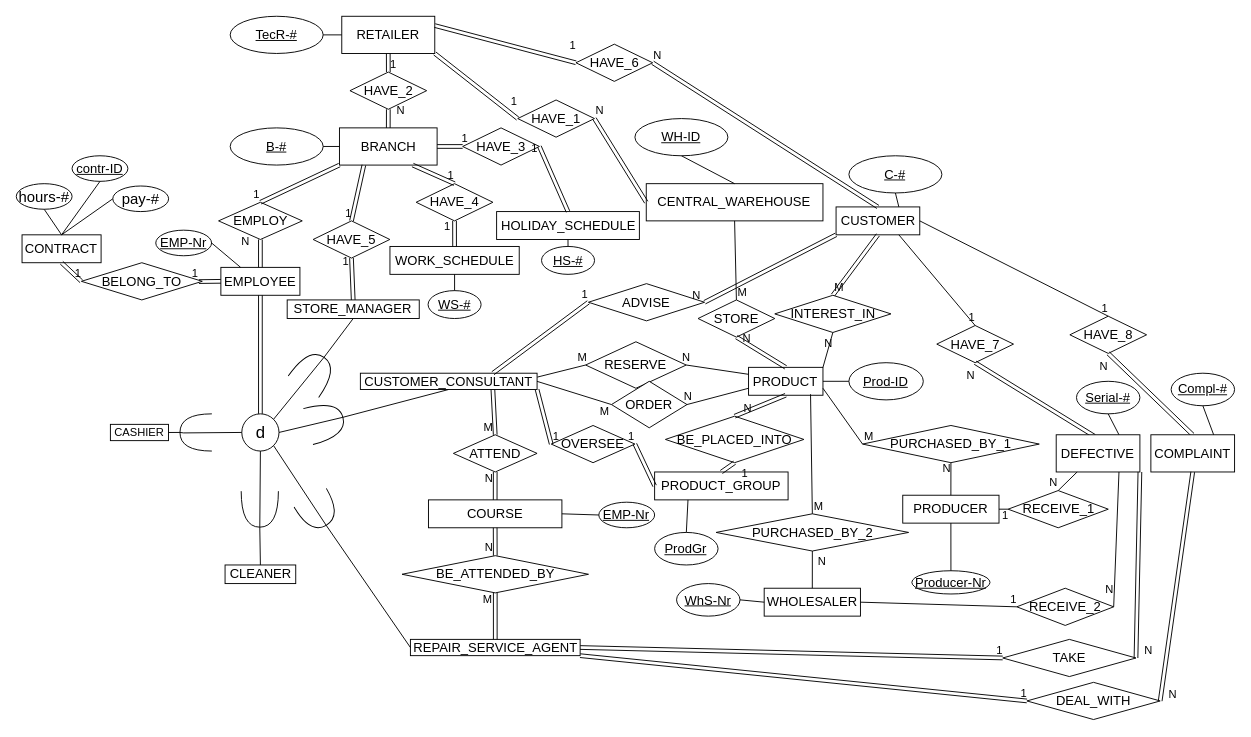
The draw.io diagram eerdretailer.drawio in quangmnh/drawio, before the edit. Source tidied: cells renumbered, new cells numbered last; positions are measured from the earlier drawing's top-left corner, leaving out a move shared by most shapes. Both pictures are drawn from the tidied source at 93%, with x=0, y=0 at pixel (16, 16).
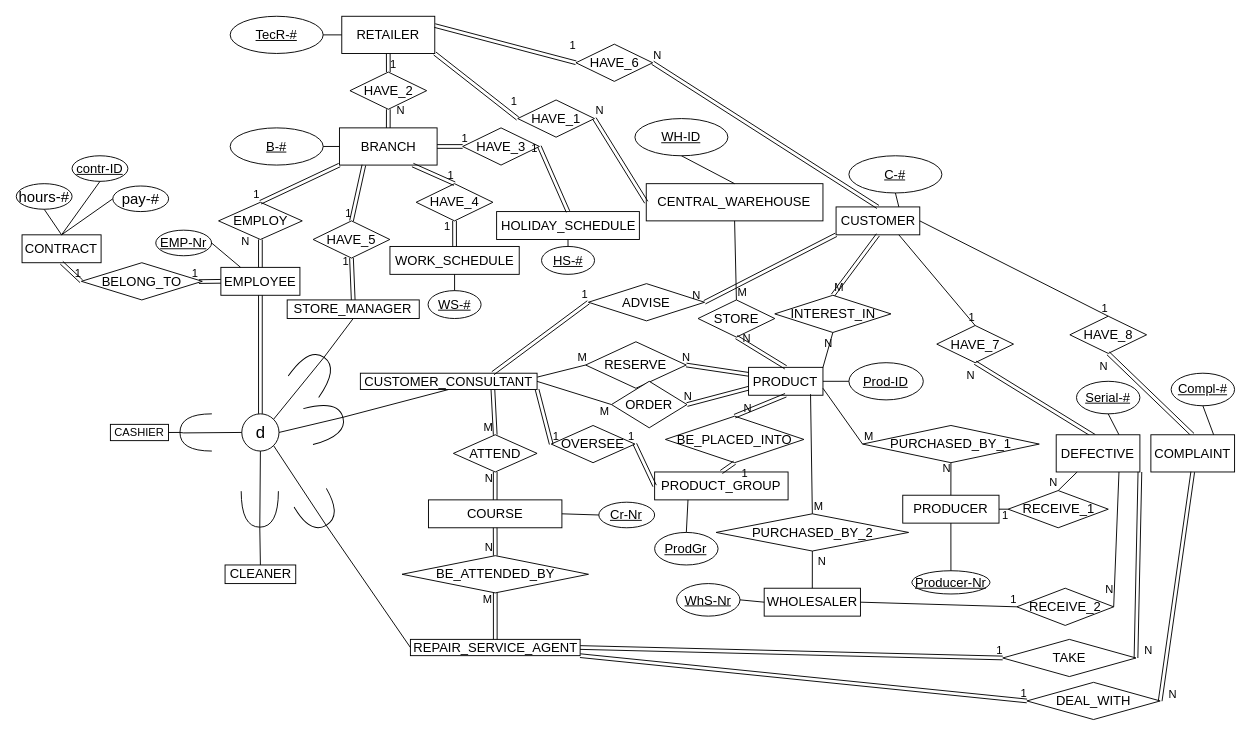
The same diagram, later.

Unchanged cells that the change refers to:
```xml
<mxCell id="21" value="&lt;font style=&quot;font-size: 14px&quot;&gt;PRODUCT&lt;/font&gt;" style="whiteSpace=wrap;html=1;align=center;" parent="1" vertex="1">
  <mxGeometry x="787.4" y="377.5" width="80" height="30" as="geometry" />
</mxCell>
<mxCell id="134" value="&lt;font style=&quot;font-size: 14px&quot;&gt;RESERVE&lt;/font&gt;" style="shape=rhombus;perimeter=rhombusPerimeter;whiteSpace=wrap;html=1;align=center;" parent="1" vertex="1">
  <mxGeometry x="612.2" y="350" width="108.2" height="50" as="geometry" />
</mxCell>
<mxCell id="139" value="&lt;font style=&quot;font-size: 14px&quot;&gt;ORDER&lt;/font&gt;" style="shape=rhombus;perimeter=rhombusPerimeter;whiteSpace=wrap;html=1;align=center;" parent="1" vertex="1">
  <mxGeometry x="640" y="392.5" width="81.2" height="50" as="geometry" />
</mxCell>
```

Change to the diagram source:
```diff
@@
-    <mxCell id="135" style="endArrow=none;html=1;rounded=0;exitX=0;exitY=0.25;exitDx=0;exitDy=0;entryX=1;entryY=0.5;entryDx=0;entryDy=0;" parent="1" edge="1" source="21" target="134">
+    <mxCell id="135" style="endArrow=none;html=1;rounded=0;exitX=0;exitY=0.25;exitDx=0;exitDy=0;entryX=1;entryY=0.5;entryDx=0;entryDy=0;shape=link;" parent="1" edge="1" source="21" target="134">
       <mxGeometry relative="1" as="geometry" />
     </mxCell>
@@
-    <mxCell id="140" style="endArrow=none;html=1;rounded=0;exitX=0;exitY=0.75;exitDx=0;exitDy=0;entryX=1;entryY=0.5;entryDx=0;entryDy=0;" parent="1" edge="1" source="21" target="139">
+    <mxCell id="140" style="endArrow=none;html=1;rounded=0;exitX=0;exitY=0.75;exitDx=0;exitDy=0;entryX=1;entryY=0.5;entryDx=0;entryDy=0;shape=link;" parent="1" edge="1" source="21" target="139">
       <mxGeometry relative="1" as="geometry" />
     </mxCell>
@@
-    <mxCell id="186" value="&lt;span style=&quot;font-size: 14px&quot;&gt;EMP-Nr&lt;/span&gt;" style="ellipse;whiteSpace=wrap;html=1;align=center;fontStyle=4;" parent="1" vertex="1">
+    <mxCell id="186" value="&lt;span style=&quot;font-size: 14px&quot;&gt;Cr-Nr&lt;/span&gt;" style="ellipse;whiteSpace=wrap;html=1;align=center;fontStyle=4;" parent="1" vertex="1">
       <mxGeometry x="626.4" y="522.5" width="60" height="27.5" as="geometry" />
     </mxCell>
```
